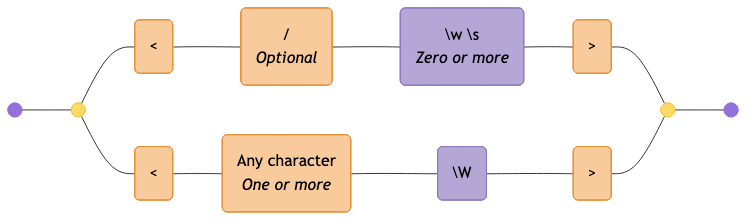
Above: diagrams/html-tags.mermaid-diagram.png in tayles/regex-to-mermaid (Mermaid), before the change. Its source is kept beside it as diagrams/html-tags.mermaid.
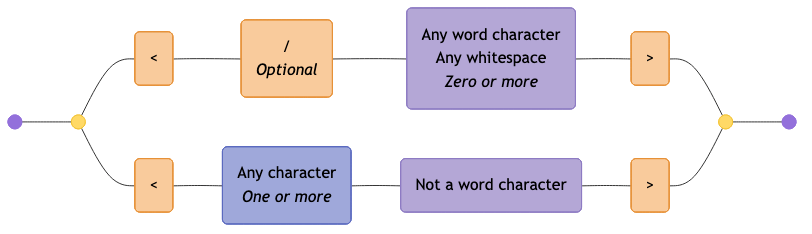
After the commit.

Change to the diagram source:
```diff
@@ -1,19 +1,19 @@
 graph LR
   accTitle: "Regex: <\\/?[\\w\\s]*>|<.+[\\W]>"
-  accDescr: "Generated with regex-to-mermaid@1.0.4"
+  accDescr: "Generated with regex-to-mermaid@2.0.0"
 
   start@{ shape: f-circ };
   fin@{ shape: f-circ };
   disjunction_begin_1:::disjunction@{ shape: f-circ };
   disjunction_end_1:::disjunction@{ shape: f-circ };
   literal_1("<"):::literal;
-  literal_2("/<br><i>Optional</i>"):::literal;
-  char_class_1("\w \s<br><i>Zero or more</i>"):::char-class;
+  literal_2("\/<br><i>Optional</i>"):::literal;
+  char_class_1("Any word character<br>Any whitespace<br><i>Zero or more</i>"):::char-class;
   literal_3(">"):::literal;
   literal_4("<"):::literal;
-  literal_5("Any character<br><i>One or more</i>"):::literal;
-  char_class_2("\W"):::char-class;
-  literal_6(">"):::literal;
+  char_set_1("Any character<br><i>One or more</i>"):::char-set;
+  char_class_2("Not a word character"):::char-class;
+  literal_5(">"):::literal;
 
   start --- disjunction_begin_1;
   disjunction_begin_1 --- literal_1;
@@ -22,12 +22,13 @@
   char_class_1 --- literal_3;
   literal_3 --- disjunction_end_1;
   disjunction_begin_1 --- literal_4;
-  literal_4 --- literal_5;
-  literal_5 --- char_class_2;
-  char_class_2 --- literal_6;
-  literal_6 --- disjunction_end_1;
+  literal_4 --- char_set_1;
+  char_set_1 --- char_class_2;
+  char_class_2 --- literal_5;
+  literal_5 --- disjunction_end_1;
   disjunction_end_1 --- fin;
 
   classDef disjunction fill:#FFD966,stroke:#F1C232,color:#000000;
   classDef literal fill:#F9CB9C,stroke:#E69138,color:#000000;
   classDef char-class fill:#B4A7D6,stroke:#8E7CC3,color:#000000;
+  classDef char-set fill:#9FA8DA,stroke:#5C6BC0,color:#000000;
```
